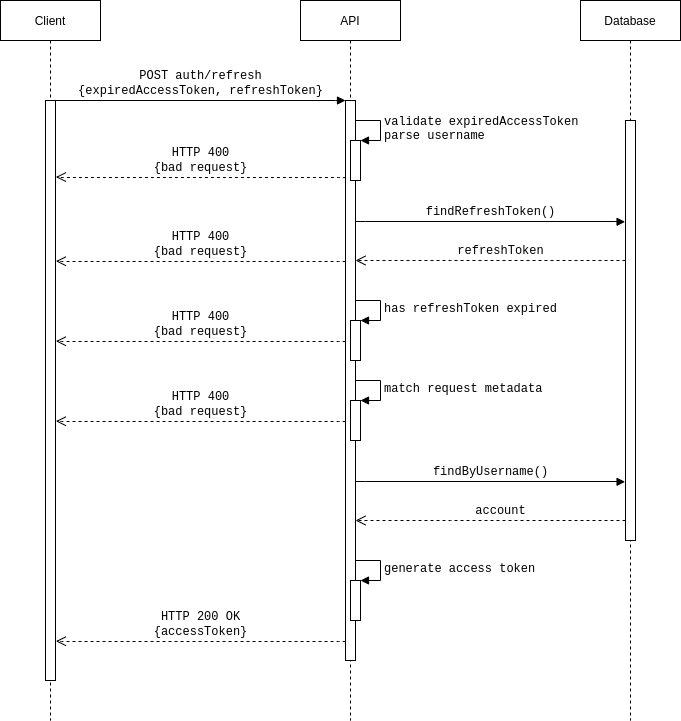
Earlier version of the draw.io export diagrams/auth-refresh.png (the-pragmatic-dev/meco-api). Source tidied: cells renumbered, new cells last; positions are measured from the earlier drawing's top-left corner, leaving out a move shared by most shapes. Source of this version:
```xml
<mxGraphModel background="#ffffff">
  <root>
    <mxCell id="0" />
    <mxCell id="1" parent="0" />
    <mxCell id="2" value="&lt;font face=&quot;Helvetica&quot;&gt;API&lt;/font&gt;" style="shape=umlLifeline;perimeter=lifelinePerimeter;whiteSpace=wrap;html=1;rounded=0;shadow=0;comic=0;labelBackgroundColor=none;strokeWidth=1;fontFamily=Verdana;fontSize=12;align=center;" parent="1" vertex="1">
      <mxGeometry x="300" width="100" height="720" as="geometry" />
    </mxCell>
    <mxCell id="3" style="html=1;points=[];perimeter=orthogonalPerimeter;rounded=0;shadow=0;comic=0;labelBackgroundColor=none;strokeWidth=1;fontFamily=Verdana;fontSize=12;align=center;" parent="2" vertex="1">
      <mxGeometry x="45" y="100" width="10" height="560" as="geometry" />
    </mxCell>
    <mxCell id="4" value="&lt;font face=&quot;Helvetica&quot;&gt;Database&lt;/font&gt;" style="shape=umlLifeline;perimeter=lifelinePerimeter;whiteSpace=wrap;html=1;rounded=0;shadow=0;comic=0;labelBackgroundColor=none;strokeWidth=1;fontFamily=Verdana;fontSize=12;align=center;" parent="1" vertex="1">
      <mxGeometry x="580" width="100" height="720" as="geometry" />
    </mxCell>
    <mxCell id="5" style="html=1;perimeter=orthogonalPerimeter;rounded=0;shadow=0;comic=0;labelBackgroundColor=none;strokeWidth=1;fontFamily=Verdana;fontSize=12;align=center;" parent="4" vertex="1">
      <mxGeometry x="45" y="120" width="10" height="420" as="geometry" />
    </mxCell>
    <mxCell id="6" value="&lt;font face=&quot;Courier New&quot;&gt;refreshToken&lt;/font&gt;" style="html=1;verticalAlign=bottom;endArrow=open;dashed=1;endSize=8;labelBackgroundColor=none;fontFamily=Verdana;fontSize=12;edgeStyle=elbowEdgeStyle;elbow=vertical;" parent="4" edge="1" target="3">
      <mxGeometry x="-0.07" relative="1" as="geometry">
        <mxPoint x="45" y="260" as="sourcePoint" />
        <Array as="points">
          <mxPoint x="-120" y="260" />
        </Array>
      </mxGeometry>
    </mxCell>
    <mxCell id="7" value="&lt;font face=&quot;Helvetica&quot;&gt;Client&lt;/font&gt;" style="shape=umlLifeline;perimeter=lifelinePerimeter;whiteSpace=wrap;html=1;rounded=0;shadow=0;comic=0;labelBackgroundColor=none;strokeWidth=1;fontFamily=Verdana;fontSize=12;align=center;" parent="1" vertex="1">
      <mxGeometry width="100" height="720" as="geometry" />
    </mxCell>
    <mxCell id="8" style="html=1;points=[];perimeter=orthogonalPerimeter;rounded=0;shadow=0;comic=0;labelBackgroundColor=none;strokeWidth=1;fontFamily=Verdana;fontSize=12;align=center;" parent="7" vertex="1">
      <mxGeometry x="45" y="100" width="10" height="580" as="geometry" />
    </mxCell>
    <mxCell id="9" value="&lt;font face=&quot;Courier New&quot;&gt;POST auth/refresh&lt;br&gt;{expiredAccessToken, refreshToken}&lt;/font&gt;" style="html=1;verticalAlign=bottom;endArrow=block;entryX=0;entryY=0;labelBackgroundColor=none;fontFamily=Verdana;fontSize=12;edgeStyle=elbowEdgeStyle;elbow=vertical;" parent="1" edge="1" source="8" target="3">
      <mxGeometry relative="1" as="geometry" />
    </mxCell>
    <mxCell id="10" value="&lt;font face=&quot;Courier New&quot;&gt;HTTP 400&lt;br&gt;{bad request}&lt;/font&gt;" style="html=1;verticalAlign=bottom;endArrow=open;dashed=1;endSize=8;labelBackgroundColor=none;fontFamily=Verdana;fontSize=12;edgeStyle=elbowEdgeStyle;elbow=vertical;exitX=-0.003;exitY=0.139;exitDx=0;exitDy=0;exitPerimeter=0;entryX=1.044;entryY=0.132;entryDx=0;entryDy=0;entryPerimeter=0;" parent="1" edge="1" source="3" target="8">
      <mxGeometry relative="1" as="geometry" />
    </mxCell>
    <mxCell id="11" value="&lt;font face=&quot;Courier New&quot;&gt;findRefreshToken()&lt;/font&gt;" style="html=1;verticalAlign=bottom;endArrow=block;entryX=-0.042;entryY=0.265;labelBackgroundColor=none;fontFamily=Verdana;fontSize=12;edgeStyle=elbowEdgeStyle;elbow=vertical;entryDx=0;entryDy=0;entryPerimeter=0;exitX=1.004;exitY=0.216;exitDx=0;exitDy=0;exitPerimeter=0;" parent="1" edge="1" source="3">
      <mxGeometry relative="1" as="geometry">
        <mxPoint x="624.6" y="221.3" as="targetPoint" />
      </mxGeometry>
    </mxCell>
    <mxCell id="12" style="html=1;points=[];perimeter=orthogonalPerimeter;" parent="1" vertex="1">
      <mxGeometry x="350" y="140" width="10" height="40" as="geometry" />
    </mxCell>
    <mxCell id="13" value="&lt;font face=&quot;Courier New&quot;&gt;&lt;span style=&quot;font-size: 12px&quot;&gt;validate&amp;nbsp;&lt;/span&gt;&lt;/font&gt;&lt;span style=&quot;font-family: &amp;quot;courier new&amp;quot;; font-size: 12px; text-align: center;&quot;&gt;expiredAccessToken&lt;/span&gt;&lt;font face=&quot;Courier New&quot;&gt;&lt;span style=&quot;font-size: 12px&quot;&gt;&lt;br&gt;parse username&lt;br&gt;&lt;/span&gt;&lt;/font&gt;" style="edgeStyle=orthogonalEdgeStyle;html=1;align=left;spacingLeft=2;endArrow=block;rounded=0;entryX=1;entryY=0;labelBackgroundColor=none;" parent="1" edge="1" target="12">
      <mxGeometry relative="1" as="geometry">
        <mxPoint x="355" y="120" as="sourcePoint" />
        <Array as="points">
          <mxPoint x="380" y="120" />
        </Array>
      </mxGeometry>
    </mxCell>
    <mxCell id="14" style="html=1;points=[];perimeter=orthogonalPerimeter;" parent="1" vertex="1">
      <mxGeometry x="350" y="320" width="10" height="40" as="geometry" />
    </mxCell>
    <mxCell id="15" value="&lt;font face=&quot;Courier New&quot;&gt;&lt;span style=&quot;font-size: 12px&quot;&gt;has refreshToken expired&lt;br&gt;&lt;/span&gt;&lt;/font&gt;" style="edgeStyle=orthogonalEdgeStyle;html=1;align=left;spacingLeft=2;endArrow=block;rounded=0;entryX=1;entryY=0;labelBackgroundColor=none;" parent="1" edge="1" target="14">
      <mxGeometry relative="1" as="geometry">
        <mxPoint x="355" y="300" as="sourcePoint" />
        <Array as="points">
          <mxPoint x="380" y="300" />
        </Array>
      </mxGeometry>
    </mxCell>
    <mxCell id="16" value="&lt;font face=&quot;Courier New&quot;&gt;HTTP 400&lt;br&gt;{bad request}&lt;/font&gt;" style="html=1;verticalAlign=bottom;endArrow=open;dashed=1;endSize=8;labelBackgroundColor=none;fontFamily=Verdana;fontSize=12;edgeStyle=elbowEdgeStyle;elbow=vertical;exitX=-0.003;exitY=0.139;exitDx=0;exitDy=0;exitPerimeter=0;entryX=1.044;entryY=0.132;entryDx=0;entryDy=0;entryPerimeter=0;" parent="1" edge="1">
      <mxGeometry relative="1" as="geometry">
        <mxPoint x="345" y="341.2" as="sourcePoint" />
        <mxPoint x="55.4" y="340.7" as="targetPoint" />
      </mxGeometry>
    </mxCell>
    <mxCell id="17" style="html=1;points=[];perimeter=orthogonalPerimeter;" parent="1" vertex="1">
      <mxGeometry x="350" y="400" width="10" height="40" as="geometry" />
    </mxCell>
    <mxCell id="18" value="&lt;font face=&quot;Courier New&quot;&gt;&lt;span style=&quot;font-size: 12px&quot;&gt;match request metadata&lt;br&gt;&lt;/span&gt;&lt;/font&gt;" style="edgeStyle=orthogonalEdgeStyle;html=1;align=left;spacingLeft=2;endArrow=block;rounded=0;entryX=1;entryY=0;labelBackgroundColor=none;" parent="1" edge="1" target="17">
      <mxGeometry relative="1" as="geometry">
        <mxPoint x="355" y="380" as="sourcePoint" />
        <Array as="points">
          <mxPoint x="380" y="380" />
        </Array>
      </mxGeometry>
    </mxCell>
    <mxCell id="19" value="&lt;font face=&quot;Courier New&quot;&gt;HTTP 400&lt;br&gt;{bad request}&lt;/font&gt;" style="html=1;verticalAlign=bottom;endArrow=open;dashed=1;endSize=8;labelBackgroundColor=none;fontFamily=Verdana;fontSize=12;edgeStyle=elbowEdgeStyle;elbow=vertical;exitX=-0.003;exitY=0.139;exitDx=0;exitDy=0;exitPerimeter=0;entryX=1.044;entryY=0.132;entryDx=0;entryDy=0;entryPerimeter=0;" parent="1" edge="1">
      <mxGeometry relative="1" as="geometry">
        <mxPoint x="345" y="421.2" as="sourcePoint" />
        <mxPoint x="55.4" y="420.7" as="targetPoint" />
      </mxGeometry>
    </mxCell>
    <mxCell id="20" value="&lt;font face=&quot;Courier New&quot;&gt;account&lt;/font&gt;" style="html=1;verticalAlign=bottom;endArrow=open;dashed=1;endSize=8;labelBackgroundColor=none;fontFamily=Verdana;fontSize=12;edgeStyle=elbowEdgeStyle;elbow=vertical;" parent="1" edge="1">
      <mxGeometry x="-0.07" relative="1" as="geometry">
        <mxPoint x="625" y="520" as="sourcePoint" />
        <mxPoint x="355" y="520" as="targetPoint" />
        <Array as="points">
          <mxPoint x="460" y="520" />
        </Array>
      </mxGeometry>
    </mxCell>
    <mxCell id="21" style="html=1;points=[];perimeter=orthogonalPerimeter;" parent="1" vertex="1">
      <mxGeometry x="350" y="580" width="10" height="40" as="geometry" />
    </mxCell>
    <mxCell id="22" value="&lt;font face=&quot;Courier New&quot; style=&quot;font-size: 12px&quot;&gt;generate access token&lt;/font&gt;" style="edgeStyle=orthogonalEdgeStyle;html=1;align=left;spacingLeft=2;endArrow=block;rounded=0;entryX=1;entryY=0;labelBackgroundColor=none;" parent="1" edge="1" target="21">
      <mxGeometry relative="1" as="geometry">
        <mxPoint x="355" y="560" as="sourcePoint" />
        <Array as="points">
          <mxPoint x="380" y="560" />
        </Array>
      </mxGeometry>
    </mxCell>
    <mxCell id="23" value="&lt;span style=&quot;font-family: &amp;#34;courier new&amp;#34;&quot;&gt;HTTP 200 OK&lt;/span&gt;&lt;br style=&quot;font-family: &amp;#34;courier new&amp;#34;&quot;&gt;&lt;span style=&quot;font-family: &amp;#34;courier new&amp;#34;&quot;&gt;{accessToken}&lt;/span&gt;" style="html=1;verticalAlign=bottom;endArrow=open;dashed=1;endSize=8;labelBackgroundColor=none;fontFamily=Verdana;fontSize=12;edgeStyle=elbowEdgeStyle;elbow=vertical;exitX=-0.003;exitY=0.139;exitDx=0;exitDy=0;exitPerimeter=0;entryX=1.044;entryY=0.132;entryDx=0;entryDy=0;entryPerimeter=0;" parent="1" edge="1">
      <mxGeometry relative="1" as="geometry">
        <mxPoint x="345" y="641.2" as="sourcePoint" />
        <mxPoint x="55.4" y="640.7" as="targetPoint" />
      </mxGeometry>
    </mxCell>
    <mxCell id="24" value="&lt;font face=&quot;Courier New&quot;&gt;findByUsername()&lt;/font&gt;" style="html=1;verticalAlign=bottom;endArrow=block;entryX=-0.042;entryY=0.265;labelBackgroundColor=none;fontFamily=Verdana;fontSize=12;edgeStyle=elbowEdgeStyle;elbow=vertical;entryDx=0;entryDy=0;entryPerimeter=0;exitX=1.004;exitY=0.216;exitDx=0;exitDy=0;exitPerimeter=0;" parent="1" edge="1">
      <mxGeometry relative="1" as="geometry">
        <mxPoint x="355" y="481" as="sourcePoint" />
        <mxPoint x="624.6" y="481.3" as="targetPoint" />
      </mxGeometry>
    </mxCell>
    <mxCell id="25" value="&lt;font face=&quot;Courier New&quot;&gt;HTTP 400&lt;br&gt;{bad request}&lt;/font&gt;" style="html=1;verticalAlign=bottom;endArrow=open;dashed=1;endSize=8;labelBackgroundColor=none;fontFamily=Verdana;fontSize=12;edgeStyle=elbowEdgeStyle;elbow=vertical;exitX=-0.003;exitY=0.139;exitDx=0;exitDy=0;exitPerimeter=0;entryX=1.044;entryY=0.132;entryDx=0;entryDy=0;entryPerimeter=0;" parent="1" edge="1">
      <mxGeometry relative="1" as="geometry">
        <mxPoint x="345" y="261.2" as="sourcePoint" />
        <mxPoint x="55.4" y="260.7" as="targetPoint" />
      </mxGeometry>
    </mxCell>
  </root>
</mxGraphModel>
```
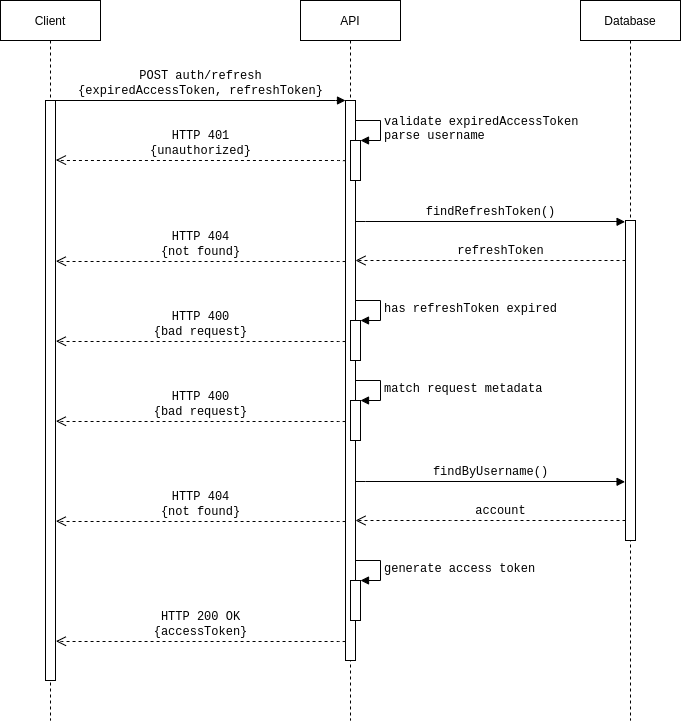
The same file after the commit.

Commit message:
adding auth diagrams

What changed in the source:
```diff
@@ -2,17 +2,17 @@
   <root>
     <mxCell id="0" />
     <mxCell id="1" parent="0" />
-    <mxCell id="2" value="&lt;font face=&quot;Helvetica&quot;&gt;API&lt;/font&gt;" style="shape=umlLifeline;perimeter=lifelinePerimeter;whiteSpace=wrap;html=1;rounded=0;shadow=0;comic=0;labelBackgroundColor=none;strokeWidth=1;fontFamily=Verdana;fontSize=12;align=center;" parent="1" vertex="1">
+    <mxCell id="2" value="&lt;font face=&quot;Helvetica&quot;&gt;API&lt;/font&gt;" style="shape=umlLifeline;perimeter=lifelinePerimeter;whiteSpace=wrap;html=1;rounded=0;shadow=0;comic=0;labelBackgroundColor=none;strokeWidth=1;fontFamily=Verdana;fontSize=12;align=center;fillColor=none;" parent="1" vertex="1">
       <mxGeometry x="300" width="100" height="720" as="geometry" />
     </mxCell>
     <mxCell id="3" style="html=1;points=[];perimeter=orthogonalPerimeter;rounded=0;shadow=0;comic=0;labelBackgroundColor=none;strokeWidth=1;fontFamily=Verdana;fontSize=12;align=center;" parent="2" vertex="1">
       <mxGeometry x="45" y="100" width="10" height="560" as="geometry" />
     </mxCell>
-    <mxCell id="4" value="&lt;font face=&quot;Helvetica&quot;&gt;Database&lt;/font&gt;" style="shape=umlLifeline;perimeter=lifelinePerimeter;whiteSpace=wrap;html=1;rounded=0;shadow=0;comic=0;labelBackgroundColor=none;strokeWidth=1;fontFamily=Verdana;fontSize=12;align=center;" parent="1" vertex="1">
+    <mxCell id="4" value="&lt;font face=&quot;Helvetica&quot;&gt;Database&lt;/font&gt;" style="shape=umlLifeline;perimeter=lifelinePerimeter;whiteSpace=wrap;html=1;rounded=0;shadow=0;comic=0;labelBackgroundColor=none;strokeWidth=1;fontFamily=Verdana;fontSize=12;align=center;fillColor=none;" parent="1" vertex="1">
       <mxGeometry x="580" width="100" height="720" as="geometry" />
     </mxCell>
     <mxCell id="5" style="html=1;perimeter=orthogonalPerimeter;rounded=0;shadow=0;comic=0;labelBackgroundColor=none;strokeWidth=1;fontFamily=Verdana;fontSize=12;align=center;" parent="4" vertex="1">
-      <mxGeometry x="45" y="120" width="10" height="420" as="geometry" />
+      <mxGeometry x="45" y="220" width="10" height="320" as="geometry" />
     </mxCell>
     <mxCell id="6" value="&lt;font face=&quot;Courier New&quot;&gt;refreshToken&lt;/font&gt;" style="html=1;verticalAlign=bottom;endArrow=open;dashed=1;endSize=8;labelBackgroundColor=none;fontFamily=Verdana;fontSize=12;edgeStyle=elbowEdgeStyle;elbow=vertical;" parent="4" edge="1" target="3">
       <mxGeometry x="-0.07" relative="1" as="geometry">
@@ -22,7 +22,7 @@
         </Array>
       </mxGeometry>
     </mxCell>
-    <mxCell id="7" value="&lt;font face=&quot;Helvetica&quot;&gt;Client&lt;/font&gt;" style="shape=umlLifeline;perimeter=lifelinePerimeter;whiteSpace=wrap;html=1;rounded=0;shadow=0;comic=0;labelBackgroundColor=none;strokeWidth=1;fontFamily=Verdana;fontSize=12;align=center;" parent="1" vertex="1">
+    <mxCell id="7" value="&lt;font face=&quot;Helvetica&quot;&gt;Client&lt;/font&gt;" style="shape=umlLifeline;perimeter=lifelinePerimeter;whiteSpace=wrap;html=1;rounded=0;shadow=0;comic=0;labelBackgroundColor=none;strokeWidth=1;fontFamily=Verdana;fontSize=12;align=center;fillColor=none;" parent="1" vertex="1">
       <mxGeometry width="100" height="720" as="geometry" />
     </mxCell>
     <mxCell id="8" style="html=1;points=[];perimeter=orthogonalPerimeter;rounded=0;shadow=0;comic=0;labelBackgroundColor=none;strokeWidth=1;fontFamily=Verdana;fontSize=12;align=center;" parent="7" vertex="1">
@@ -31,8 +31,11 @@
     <mxCell id="9" value="&lt;font face=&quot;Courier New&quot;&gt;POST auth/refresh&lt;br&gt;{expiredAccessToken, refreshToken}&lt;/font&gt;" style="html=1;verticalAlign=bottom;endArrow=block;entryX=0;entryY=0;labelBackgroundColor=none;fontFamily=Verdana;fontSize=12;edgeStyle=elbowEdgeStyle;elbow=vertical;" parent="1" edge="1" source="8" target="3">
       <mxGeometry relative="1" as="geometry" />
     </mxCell>
-    <mxCell id="10" value="&lt;font face=&quot;Courier New&quot;&gt;HTTP 400&lt;br&gt;{bad request}&lt;/font&gt;" style="html=1;verticalAlign=bottom;endArrow=open;dashed=1;endSize=8;labelBackgroundColor=none;fontFamily=Verdana;fontSize=12;edgeStyle=elbowEdgeStyle;elbow=vertical;exitX=-0.003;exitY=0.139;exitDx=0;exitDy=0;exitPerimeter=0;entryX=1.044;entryY=0.132;entryDx=0;entryDy=0;entryPerimeter=0;" parent="1" edge="1" source="3" target="8">
-      <mxGeometry relative="1" as="geometry" />
+    <mxCell id="10" value="&lt;font face=&quot;Courier New&quot;&gt;HTTP 401&lt;br&gt;{unauthorized}&lt;/font&gt;" style="html=1;verticalAlign=bottom;endArrow=open;dashed=1;endSize=8;labelBackgroundColor=none;fontFamily=Verdana;fontSize=12;edgeStyle=elbowEdgeStyle;elbow=vertical;exitX=-0.003;exitY=0.139;exitDx=0;exitDy=0;exitPerimeter=0;entryX=1.044;entryY=0.132;entryDx=0;entryDy=0;entryPerimeter=0;" parent="1" edge="1">
+      <mxGeometry relative="1" as="geometry">
+        <mxPoint x="345" y="160.8" as="sourcePoint" />
+        <mxPoint x="55.4" y="159.6" as="targetPoint" />
+      </mxGeometry>
     </mxCell>
     <mxCell id="11" value="&lt;font face=&quot;Courier New&quot;&gt;findRefreshToken()&lt;/font&gt;" style="html=1;verticalAlign=bottom;endArrow=block;entryX=-0.042;entryY=0.265;labelBackgroundColor=none;fontFamily=Verdana;fontSize=12;edgeStyle=elbowEdgeStyle;elbow=vertical;entryDx=0;entryDy=0;entryPerimeter=0;exitX=1.004;exitY=0.216;exitDx=0;exitDy=0;exitPerimeter=0;" parent="1" edge="1" source="3">
       <mxGeometry relative="1" as="geometry">
@@ -116,11 +119,17 @@
         <mxPoint x="624.6" y="481.3" as="targetPoint" />
       </mxGeometry>
     </mxCell>
-    <mxCell id="25" value="&lt;font face=&quot;Courier New&quot;&gt;HTTP 400&lt;br&gt;{bad request}&lt;/font&gt;" style="html=1;verticalAlign=bottom;endArrow=open;dashed=1;endSize=8;labelBackgroundColor=none;fontFamily=Verdana;fontSize=12;edgeStyle=elbowEdgeStyle;elbow=vertical;exitX=-0.003;exitY=0.139;exitDx=0;exitDy=0;exitPerimeter=0;entryX=1.044;entryY=0.132;entryDx=0;entryDy=0;entryPerimeter=0;" parent="1" edge="1">
+    <mxCell id="25" value="&lt;font face=&quot;Courier New&quot;&gt;HTTP 404&lt;br&gt;{not found}&lt;/font&gt;" style="html=1;verticalAlign=bottom;endArrow=open;dashed=1;endSize=8;labelBackgroundColor=none;fontFamily=Verdana;fontSize=12;edgeStyle=elbowEdgeStyle;elbow=vertical;exitX=-0.003;exitY=0.139;exitDx=0;exitDy=0;exitPerimeter=0;entryX=1.044;entryY=0.132;entryDx=0;entryDy=0;entryPerimeter=0;" parent="1" edge="1">
       <mxGeometry relative="1" as="geometry">
         <mxPoint x="345" y="261.2" as="sourcePoint" />
         <mxPoint x="55.4" y="260.7" as="targetPoint" />
       </mxGeometry>
     </mxCell>
+    <mxCell id="26" value="&lt;font face=&quot;Courier New&quot;&gt;HTTP 404&lt;br&gt;{not found}&lt;/font&gt;" style="html=1;verticalAlign=bottom;endArrow=open;dashed=1;endSize=8;labelBackgroundColor=none;fontFamily=Verdana;fontSize=12;edgeStyle=elbowEdgeStyle;elbow=vertical;exitX=-0.003;exitY=0.139;exitDx=0;exitDy=0;exitPerimeter=0;entryX=1.044;entryY=0.132;entryDx=0;entryDy=0;entryPerimeter=0;" parent="1" edge="1">
+      <mxGeometry relative="1" as="geometry">
+        <mxPoint x="345" y="521.2" as="sourcePoint" />
+        <mxPoint x="55.4" y="520.7" as="targetPoint" />
+      </mxGeometry>
+    </mxCell>
   </root>
 </mxGraphModel>
```
